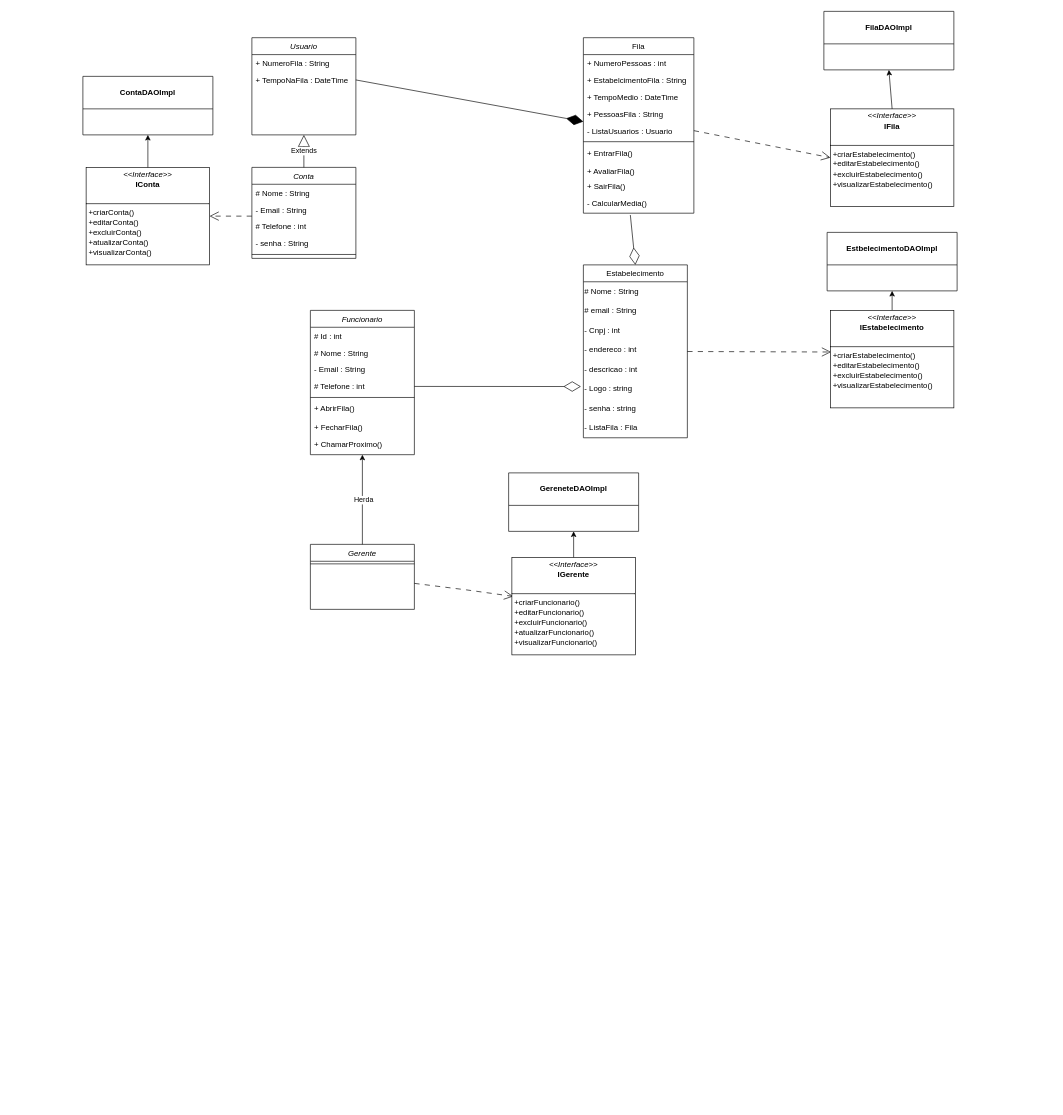
Above: DiagramaClassesPit.drawio in LuizFelipeCavalcante/Queue (draw.io), before the change. Source tidied: cells renumbered, new cells numbered last; positions are measured from the earlier drawing's top-left corner, leaving out a move shared by most shapes. Both pictures are drawn from the tidied source at 65%, with x=0, y=0 at pixel (83, 11).
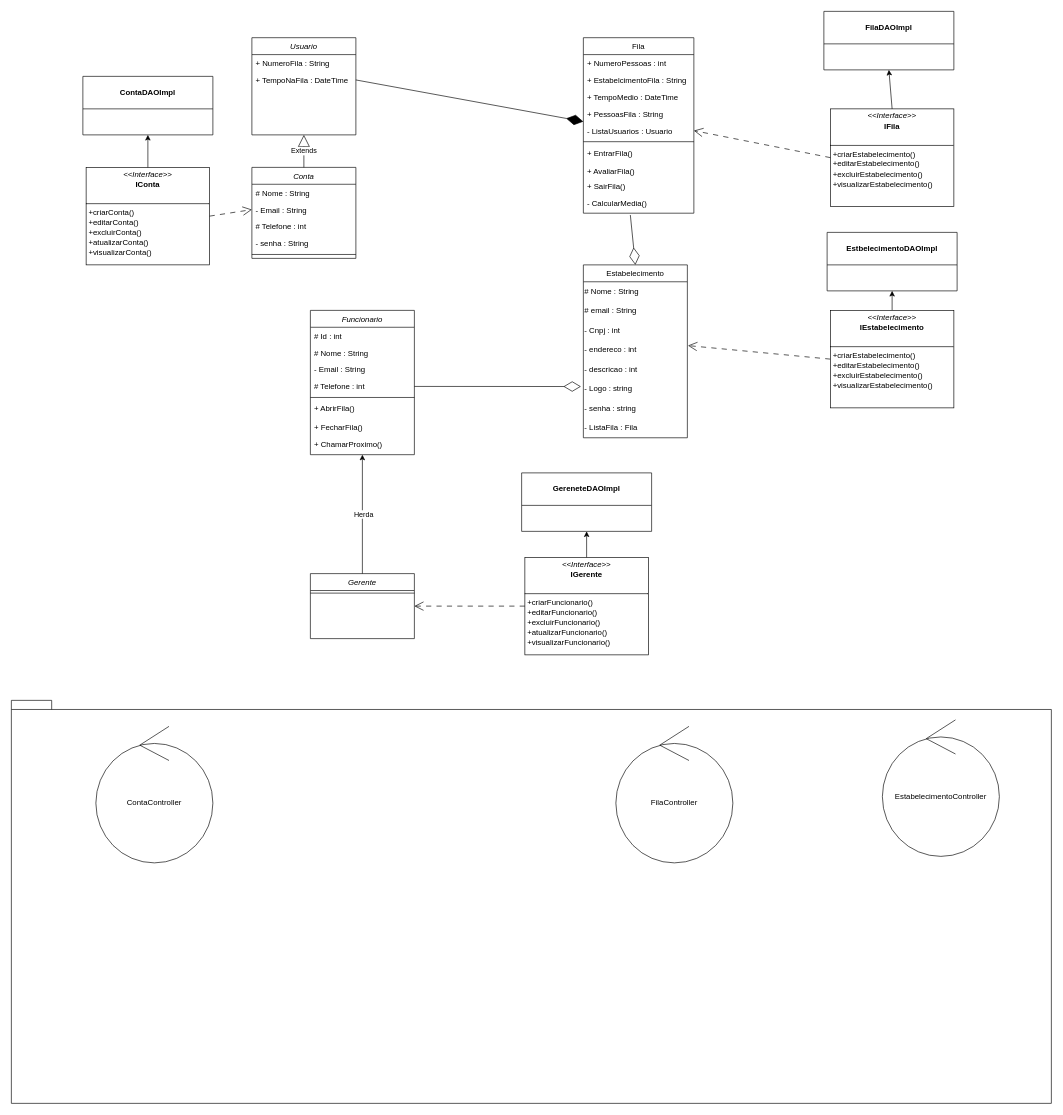
The same page after the edit.

Unchanged cells that the change refers to:
```xml
<mxCell id="5" value="Estabelecimento" style="swimlane;fontStyle=0;align=center;verticalAlign=top;horizontal=1;startSize=26;rounded=0;shadow=0;strokeWidth=1;" parent="1" vertex="1">
  <mxGeometry x="770" y="390" width="160" height="266" as="geometry" />
</mxCell>
<mxCell id="9" value="- endereco : int&amp;nbsp;" style="text;html=1;align=left;verticalAlign=middle;points=[];strokeColor=none;fillColor=none;" parent="5" vertex="1">
  <mxGeometry y="116" width="160" height="30" as="geometry" />
</mxCell>
<mxCell id="19" value="- ListaUsuarios : Usuario" style="text;align=left;verticalAlign=top;spacingLeft=4;spacingRight=4;overflow=hidden;points=[[0,0.5],[1,0.5]];portConstraint=eastwest;rounded=0;shadow=0;html=0;" parent="14" vertex="1">
  <mxGeometry y="130" width="170" height="26" as="geometry" />
</mxCell>
<mxCell id="40" value="- Email : String" style="text;align=left;verticalAlign=top;spacingLeft=4;spacingRight=4;overflow=hidden;points=[[0,0.5],[1,0.5]];portConstraint=eastwest;rounded=0;shadow=0;html=0;" parent="38" vertex="1">
  <mxGeometry y="52" width="160" height="26" as="geometry" />
</mxCell>
<mxCell id="53" value="&lt;p style=&quot;margin: 4px 0px 0px; text-align: center; line-height: 130%;&quot;&gt;&lt;i&gt;&amp;lt;&amp;lt;Interface&amp;gt;&amp;gt;&lt;/i&gt;&lt;br&gt;&lt;b&gt;IEstabelecimento&lt;/b&gt;&lt;/p&gt;&lt;br&gt;&lt;hr size=&quot;1&quot; style=&quot;border-style: solid; line-height: 130%;&quot;&gt;&lt;p style=&quot;margin: 0px 0px 0px 4px; line-height: 130%;&quot;&gt;&lt;span style=&quot;background-color: initial;&quot;&gt;+criarEstabelecimento()&lt;/span&gt;&lt;/p&gt;&lt;p style=&quot;margin: 0px 0px 0px 4px; line-height: 130%;&quot;&gt;+editarEstabelecimento()&lt;br&gt;+excluirEstabelecimento()&lt;br&gt;&lt;/p&gt;&lt;p style=&quot;margin: 0px 0px 0px 4px; line-height: 130%;&quot;&gt;+visualizarEstabelecimento()&lt;br&gt;&lt;br&gt;&lt;br&gt;&lt;/p&gt;" style="verticalAlign=top;align=left;overflow=fill;html=1;whiteSpace=wrap;" parent="1" vertex="1">
  <mxGeometry x="1150" y="460" width="190" height="150" as="geometry" />
</mxCell>
<mxCell id="56" value="&lt;p style=&quot;margin: 4px 0px 0px; text-align: center; line-height: 130%;&quot;&gt;&lt;i&gt;&amp;lt;&amp;lt;Interface&amp;gt;&amp;gt;&lt;/i&gt;&lt;br&gt;&lt;b&gt;IConta&lt;/b&gt;&lt;/p&gt;&lt;br&gt;&lt;hr size=&quot;1&quot; style=&quot;border-style: solid; line-height: 130%;&quot;&gt;&lt;p style=&quot;margin: 0px 0px 0px 4px; line-height: 130%;&quot;&gt;&lt;span style=&quot;background-color: initial;&quot;&gt;+criarConta()&lt;/span&gt;&lt;/p&gt;&lt;p style=&quot;margin: 0px 0px 0px 4px; line-height: 130%;&quot;&gt;+editarConta()&lt;br&gt;+excluirConta()&lt;br&gt;+atualizarConta()&lt;/p&gt;&lt;p style=&quot;margin: 0px 0px 0px 4px; line-height: 130%;&quot;&gt;+visualizarConta()&lt;br&gt;&lt;br&gt;&lt;br&gt;&lt;/p&gt;" style="verticalAlign=top;align=left;overflow=fill;html=1;whiteSpace=wrap;" parent="1" vertex="1">
  <mxGeometry x="5" y="240" width="190" height="150" as="geometry" />
</mxCell>
<mxCell id="60" value="&lt;p style=&quot;margin: 4px 0px 0px; text-align: center; line-height: 130%;&quot;&gt;&lt;i&gt;&amp;lt;&amp;lt;Interface&amp;gt;&amp;gt;&lt;/i&gt;&lt;br&gt;&lt;b&gt;IFila&lt;/b&gt;&lt;/p&gt;&lt;br&gt;&lt;hr size=&quot;1&quot; style=&quot;border-style: solid; line-height: 130%;&quot;&gt;&lt;p style=&quot;margin: 0px 0px 0px 4px; line-height: 130%;&quot;&gt;&lt;span style=&quot;background-color: initial;&quot;&gt;+criarEstabelecimento()&lt;/span&gt;&lt;/p&gt;&lt;p style=&quot;margin: 0px 0px 0px 4px; line-height: 130%;&quot;&gt;+editarEstabelecimento()&lt;br&gt;+excluirEstabelecimento()&lt;br&gt;&lt;/p&gt;&lt;p style=&quot;margin: 0px 0px 0px 4px; line-height: 130%;&quot;&gt;+visualizarEstabelecimento()&lt;br&gt;&lt;br&gt;&lt;br&gt;&lt;/p&gt;" style="verticalAlign=top;align=left;overflow=fill;html=1;whiteSpace=wrap;" parent="1" vertex="1">
  <mxGeometry x="1150" y="150" width="190" height="150" as="geometry" />
</mxCell>
```

Diff of the diagram source:
```diff
@@
     <mxCell id="34" value="Gerente" style="swimlane;fontStyle=2;align=center;verticalAlign=top;horizontal=1;startSize=26;rounded=0;shadow=0;strokeWidth=1;" parent="1" vertex="1">
-      <mxGeometry x="350" y="820" width="160" height="100" as="geometry" />
+      <mxGeometry x="350" y="865" width="160" height="100" as="geometry" />
     </mxCell>
@@
-    <mxCell id="48" style="endArrow=open;html=1;rounded=0;dashed=1;dashPattern=8 8;endFill=0;strokeWidth=1;endSize=12;entryX=0.005;entryY=0.427;entryDx=0;entryDy=0;entryPerimeter=0;" parent="1" edge="1" source="5" target="53">
+    <mxCell id="48" style="endArrow=open;html=1;rounded=0;dashed=1;dashPattern=8 8;endFill=0;strokeWidth=1;endSize=12;exitX=0;exitY=0.5;exitDx=0;exitDy=0;entryX=1.006;entryY=0.273;entryDx=0;entryDy=0;entryPerimeter=0;" parent="1" edge="1" source="53" target="9">
       <mxGeometry relative="1" as="geometry" />
     </mxCell>
@@
-    <mxCell id="51" style="endArrow=open;html=1;rounded=0;dashed=1;dashPattern=8 8;endFill=0;strokeWidth=1;endSize=12;entryX=0.011;entryY=0.4;entryDx=0;entryDy=0;entryPerimeter=0;" parent="1" edge="1" source="34" target="52">
-      <mxGeometry relative="1" as="geometry">
-        <Array as="points">
-          <mxPoint x="590" y="890" />
-        </Array>
-      </mxGeometry>
-    </mxCell>
     <mxCell id="52" value="&lt;p style=&quot;margin: 4px 0px 0px; text-align: center; line-height: 130%;&quot;&gt;&lt;i&gt;&amp;lt;&amp;lt;Interface&amp;gt;&amp;gt;&lt;/i&gt;&lt;br&gt;&lt;b&gt;IGerente&lt;/b&gt;&lt;/p&gt;&lt;br&gt;&lt;hr size=&quot;1&quot; style=&quot;border-style: solid; line-height: 130%;&quot;&gt;&lt;p style=&quot;margin: 0px 0px 0px 4px; line-height: 130%;&quot;&gt;&lt;span style=&quot;background-color: initial;&quot;&gt;+criarFuncionario()&lt;/span&gt;&lt;/p&gt;&lt;p style=&quot;margin: 0px 0px 0px 4px; line-height: 130%;&quot;&gt;+editarFuncionario()&lt;br&gt;+excluirFuncionario()&lt;br&gt;+atualizarFuncionario()&lt;/p&gt;&lt;p style=&quot;margin: 0px 0px 0px 4px; line-height: 130%;&quot;&gt;+visualizarFuncionario()&lt;br&gt;&lt;br&gt;&lt;br&gt;&lt;/p&gt;" style="verticalAlign=top;align=left;overflow=fill;html=1;whiteSpace=wrap;" parent="1" vertex="1">
-      <mxGeometry x="660" y="840" width="190" height="150" as="geometry" />
+      <mxGeometry x="680" y="840" width="190" height="150" as="geometry" />
     </mxCell>
@@
     <mxCell id="54" value="GereneteDAOImpl" style="swimlane;whiteSpace=wrap;html=1;startSize=50;" parent="1" vertex="1">
-      <mxGeometry x="655" y="710" width="200" height="90" as="geometry" />
+      <mxGeometry x="675" y="710" width="200" height="90" as="geometry" />
     </mxCell>
@@
-    <mxCell id="57" style="endArrow=open;html=1;rounded=0;dashed=1;dashPattern=8 8;endFill=0;strokeWidth=1;endSize=12;entryX=1;entryY=0.5;entryDx=0;entryDy=0;" parent="1" edge="1" target="56">
-      <mxGeometry relative="1" as="geometry">
-        <mxPoint x="260" y="315" as="sourcePoint" />
-      </mxGeometry>
+    <mxCell id="57" style="endArrow=open;html=1;rounded=0;dashed=1;dashPattern=8 8;endFill=0;strokeWidth=1;endSize=12;exitX=1;exitY=0.5;exitDx=0;exitDy=0;entryX=0;entryY=0.5;entryDx=0;entryDy=0;" parent="1" edge="1" source="56" target="40">
+      <mxGeometry relative="1" as="geometry" />
     </mxCell>
@@
-    <mxCell id="63" style="endArrow=open;html=1;rounded=0;dashed=1;dashPattern=8 8;endFill=0;strokeWidth=1;endSize=12;entryX=0;entryY=0.5;entryDx=0;entryDy=0;exitX=1;exitY=0.5;exitDx=0;exitDy=0;" parent="1" edge="1" source="19" target="60">
+    <mxCell id="63" style="endArrow=open;html=1;rounded=0;dashed=1;dashPattern=8 8;endFill=0;strokeWidth=1;endSize=12;exitX=0;exitY=0.5;exitDx=0;exitDy=0;entryX=1;entryY=0.5;entryDx=0;entryDy=0;" parent="1" edge="1" source="60" target="19">
       <mxGeometry relative="1" as="geometry" />
     </mxCell>
+    <mxCell id="64" style="shape=folder;fontStyle=1;spacingTop=10;tabWidth=40;tabHeight=14;tabPosition=left;html=1;whiteSpace=wrap;" parent="1" vertex="1">
+      <mxGeometry x="-110" y="1060" width="1600" height="620" as="geometry" />
+    </mxCell>
+    <mxCell id="65" value="ContaController" style="ellipse;shape=umlControl;whiteSpace=wrap;html=1;" parent="1" vertex="1">
+      <mxGeometry x="20" y="1100" width="180" height="210" as="geometry" />
+    </mxCell>
+    <mxCell id="66" value="EstabelecimentoController" style="ellipse;shape=umlControl;whiteSpace=wrap;html=1;" parent="1" vertex="1">
+      <mxGeometry x="1230" y="1090" width="180" height="210" as="geometry" />
+    </mxCell>
+    <mxCell id="67" value="FilaController" style="ellipse;shape=umlControl;whiteSpace=wrap;html=1;" parent="1" vertex="1">
+      <mxGeometry x="820" y="1100" width="180" height="210" as="geometry" />
+    </mxCell>
+    <mxCell id="68" style="endArrow=open;html=1;rounded=0;dashed=1;dashPattern=8 8;endFill=0;strokeWidth=1;endSize=12;exitX=0;exitY=0.5;exitDx=0;exitDy=0;entryX=1;entryY=0.5;entryDx=0;entryDy=0;" parent="1" edge="1" source="52" target="34">
+      <mxGeometry relative="1" as="geometry" />
+    </mxCell>
```
